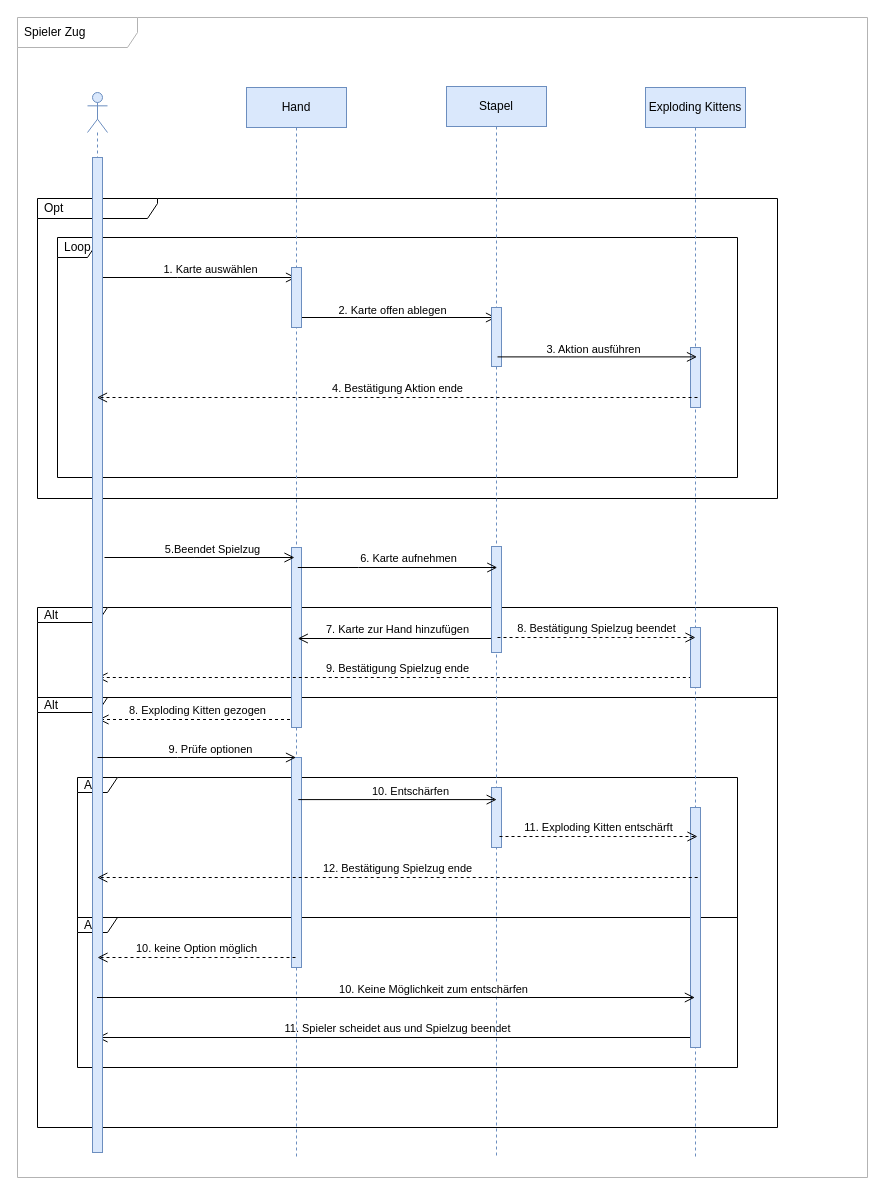
The draw.io diagram sequence_diagram/diagram/workspace/sequence.drawio in anuerk/se_exploding_kittens, before the edit. Source tidied: cells renumbered, new cells numbered last; positions are measured from the earlier drawing's top-left corner, leaving out a move shared by most shapes. Both pictures are drawn from the tidied source at 100%, with x=0, y=0 at pixel (17, 17).
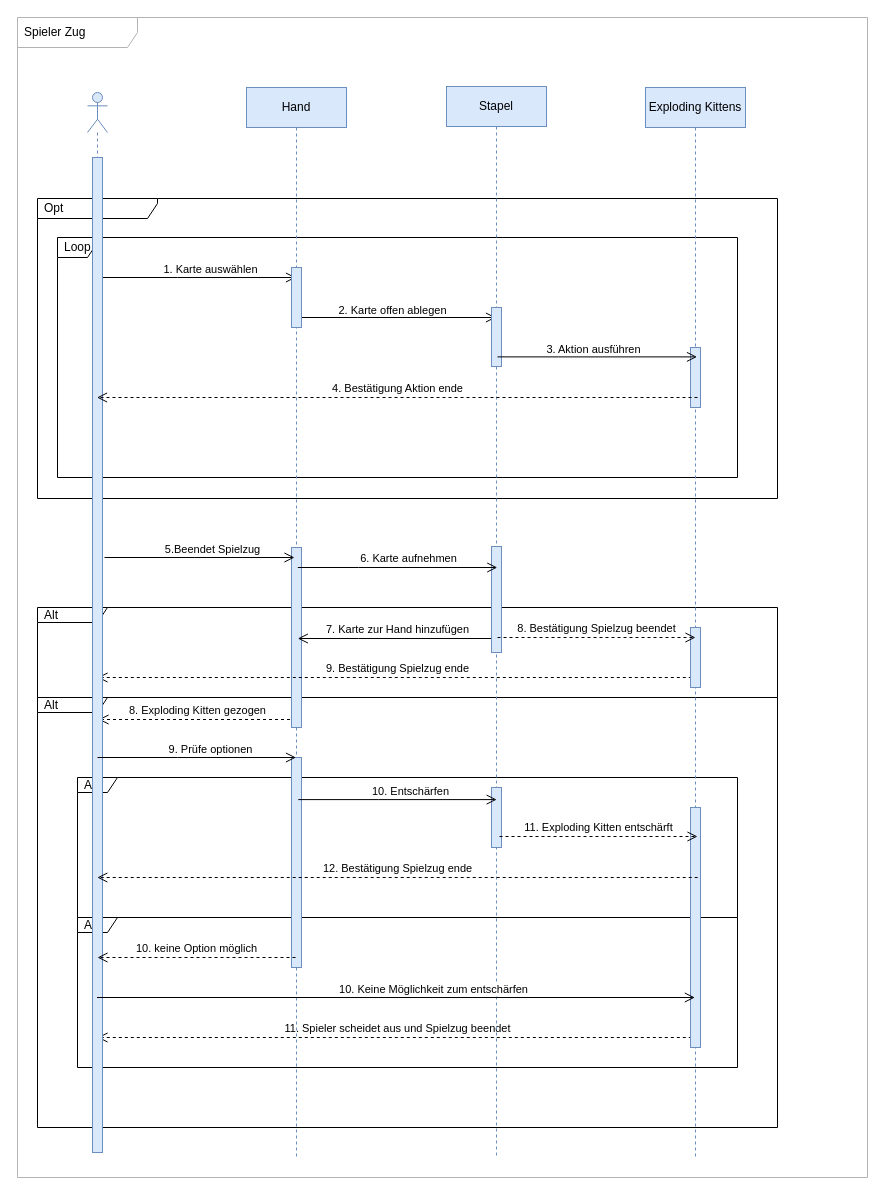
The same page after the edit.

Unchanged cells that the change refers to:
```xml
<mxCell id="12" value="Hand" style="shape=umlLifeline;perimeter=lifelinePerimeter;whiteSpace=wrap;html=1;outlineConnect=0;rounded=0;labelBackgroundColor=none;fillColor=#dae8fc;strokeColor=#6c8ebf;" parent="1" vertex="1">
  <mxGeometry x="229" y="70" width="100" height="1070" as="geometry" />
</mxCell>
```

Change to the diagram source:
```diff
@@
-    <mxCell id="19" value="11. Spieler scheidet aus und Spielzug beendet" style="endArrow=open;startArrow=none;endFill=0;startFill=0;endSize=8;html=1;verticalAlign=bottom;labelBackgroundColor=none;rounded=0;strokeWidth=1;" parent="12" edge="1">
+    <mxCell id="19" value="11. Spieler scheidet aus und Spielzug beendet" style="endArrow=open;startArrow=none;endFill=0;startFill=0;endSize=8;html=1;verticalAlign=bottom;labelBackgroundColor=none;rounded=0;dashed=1;" parent="12" edge="1">
       <mxGeometry relative="1" as="geometry">
         <mxPoint x="451.3" y="950" as="sourcePoint" />
         <mxPoint x="-149" y="950" as="targetPoint" />
       </mxGeometry>
     </mxCell>
```
